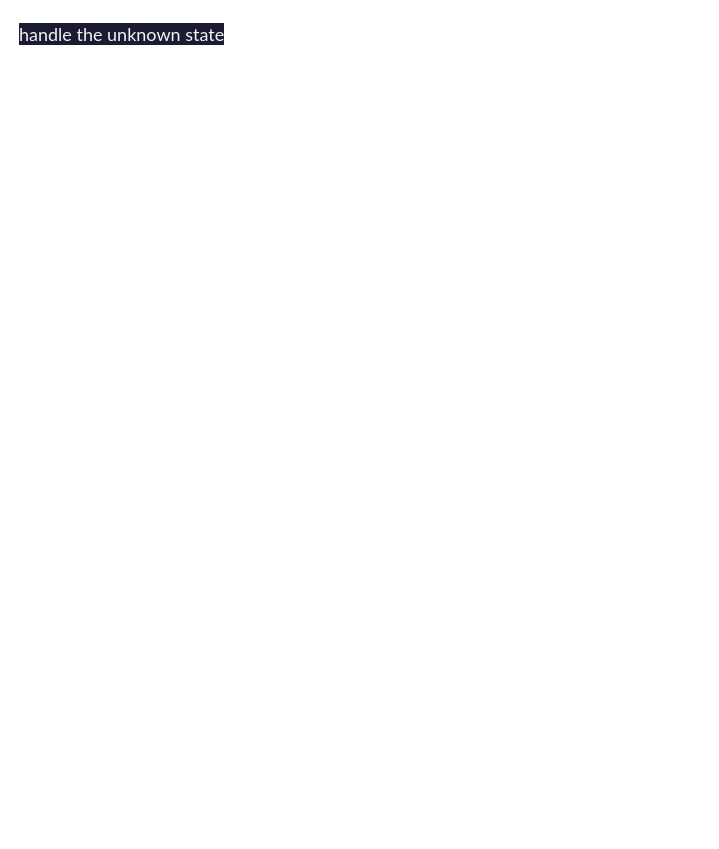
Earlier version of the draw.io diagram page "17 dynamic rendering" (26 of 27) of Diagram.drawio (f2xiao/learn-react). Source tidied: cells renumbered, new cells numbered last; positions are measured from the earlier drawing's top-left corner, leaving out a move shared by most shapes. Both pictures are drawn from the tidied source at 100%, with x=0, y=0 at pixel (17, 17).
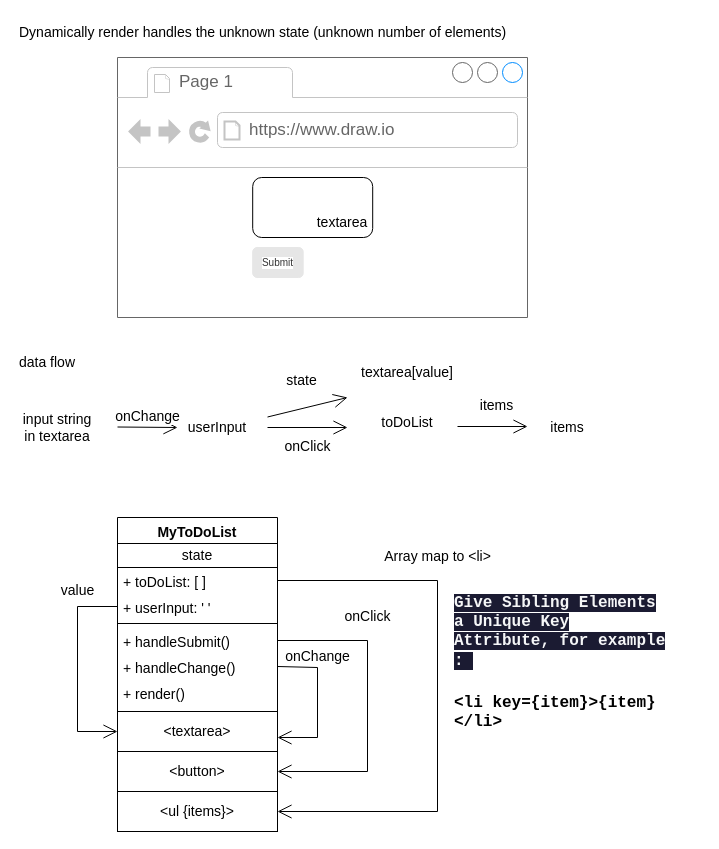
After the change.

Change to the diagram source:
```diff
@@
-    <mxCell id="2" value="&lt;span style=&quot;color: rgb(245, 246, 247); font-family: Lato, sans-serif; font-size: 18px; font-style: normal; font-variant-ligatures: normal; font-variant-caps: normal; font-weight: 400; letter-spacing: normal; orphans: 2; text-align: start; text-indent: 0px; text-transform: none; widows: 2; word-spacing: 0px; -webkit-text-stroke-width: 0px; background-color: rgb(27, 27, 50); text-decoration-thickness: initial; text-decoration-style: initial; text-decoration-color: initial; float: none; display: inline !important;&quot;&gt;handle the unknown state&lt;/span&gt;" style="text;whiteSpace=wrap;html=1;fontSize=14;fontColor=#000000;" parent="1" vertex="1">
-      <mxGeometry width="240" height="30" as="geometry" />
+    <mxCell id="2" value="&lt;span style=&quot;font-style: normal; font-variant-ligatures: normal; font-variant-caps: normal; letter-spacing: normal; orphans: 2; text-align: start; text-indent: 0px; text-transform: none; widows: 2; word-spacing: 0px; -webkit-text-stroke-width: 0px; text-decoration-thickness: initial; text-decoration-style: initial; text-decoration-color: initial; float: none; background-color: rgb(255, 255, 255); display: inline !important;&quot;&gt;&lt;font style=&quot;font-size: 14px;&quot;&gt;&lt;span style=&quot;text-align: center;&quot;&gt;Dynamically render&amp;nbsp;&lt;/span&gt;handles the unknown state (unknown number of elements)&lt;/font&gt;&lt;/span&gt;" style="text;whiteSpace=wrap;html=1;fontSize=14;fontColor=#000000;" parent="1" vertex="1">
+      <mxGeometry width="530" height="30" as="geometry" />
     </mxCell>
+    <mxCell id="3" value="data flow" style="text;html=1;strokeColor=none;fillColor=none;align=center;verticalAlign=middle;whiteSpace=wrap;rounded=0;labelBackgroundColor=#FFFFFF;fontFamily=Helvetica;fontSize=14;fontColor=#000000;" parent="1" vertex="1">
+      <mxGeometry y="330" width="60" height="30" as="geometry" />
+    </mxCell>
+    <mxCell id="4" value="input string in textarea" style="text;html=1;strokeColor=none;fillColor=none;align=center;verticalAlign=middle;whiteSpace=wrap;rounded=0;labelBackgroundColor=#FFFFFF;fontFamily=Helvetica;fontSize=14;fontColor=#000000;" parent="1" vertex="1">
+      <mxGeometry y="380" width="80" height="60" as="geometry" />
+    </mxCell>
+    <mxCell id="5" value="onChange" style="edgeStyle=none;html=1;endArrow=open;endSize=12;verticalAlign=bottom;rounded=0;fontFamily=Helvetica;fontSize=14;fontColor=#000000;" parent="1" edge="1">
+      <mxGeometry relative="1" as="geometry">
+        <mxPoint x="100" y="409.5" as="sourcePoint" />
+        <mxPoint x="160" y="410" as="targetPoint" />
+      </mxGeometry>
+    </mxCell>
+    <mxCell id="6" value="userInput" style="text;html=1;strokeColor=none;fillColor=none;align=center;verticalAlign=middle;whiteSpace=wrap;rounded=0;labelBackgroundColor=#FFFFFF;fontFamily=Helvetica;fontSize=14;fontColor=#000000;" parent="1" vertex="1">
+      <mxGeometry x="170" y="395" width="60" height="30" as="geometry" />
+    </mxCell>
+    <mxCell id="7" value="state" style="edgeStyle=none;html=1;endArrow=open;endSize=12;verticalAlign=bottom;rounded=0;fontFamily=Helvetica;fontSize=14;fontColor=#000000;" parent="1" edge="1">
+      <mxGeometry x="-0.06" y="17" relative="1" as="geometry">
+        <mxPoint x="250" y="399.5" as="sourcePoint" />
+        <mxPoint x="330" y="380" as="targetPoint" />
+      </mxGeometry>
+    </mxCell>
+    <mxCell id="8" value="textarea[value]" style="text;html=1;strokeColor=none;fillColor=none;align=center;verticalAlign=middle;whiteSpace=wrap;rounded=0;labelBackgroundColor=#FFFFFF;fontFamily=Helvetica;fontSize=14;fontColor=#000000;" parent="1" vertex="1">
+      <mxGeometry x="360" y="340" width="60" height="30" as="geometry" />
+    </mxCell>
+    <mxCell id="9" value="onClick" style="edgeStyle=none;html=1;endArrow=open;endSize=12;verticalAlign=bottom;rounded=0;fontFamily=Helvetica;fontSize=14;fontColor=#000000;" parent="1" edge="1">
+      <mxGeometry y="-30" relative="1" as="geometry">
+        <mxPoint x="250" y="410" as="sourcePoint" />
+        <mxPoint x="330" y="410" as="targetPoint" />
+      </mxGeometry>
+    </mxCell>
+    <mxCell id="10" value="toDoList" style="text;html=1;strokeColor=none;fillColor=none;align=center;verticalAlign=middle;whiteSpace=wrap;rounded=0;labelBackgroundColor=#FFFFFF;fontFamily=Helvetica;fontSize=14;fontColor=#000000;" parent="1" vertex="1">
+      <mxGeometry x="360" y="390" width="60" height="30" as="geometry" />
+    </mxCell>
+    <mxCell id="11" value="items" style="edgeStyle=none;html=1;endArrow=open;endSize=12;verticalAlign=bottom;rounded=0;fontFamily=Helvetica;fontSize=14;fontColor=#000000;" parent="1" edge="1">
+      <mxGeometry x="0.11" y="10" relative="1" as="geometry">
+        <mxPoint x="440" y="409" as="sourcePoint" />
+        <mxPoint x="510" y="409" as="targetPoint" />
+      </mxGeometry>
+    </mxCell>
+    <mxCell id="12" value="items" style="text;html=1;strokeColor=none;fillColor=none;align=center;verticalAlign=middle;whiteSpace=wrap;rounded=0;labelBackgroundColor=#FFFFFF;fontFamily=Helvetica;fontSize=14;fontColor=#000000;" parent="1" vertex="1">
+      <mxGeometry x="520" y="395" width="60" height="30" as="geometry" />
+    </mxCell>
+    <mxCell id="13" style="strokeWidth=1;shadow=0;dashed=0;align=center;html=1;shape=mxgraph.mockup.containers.browserWindow;rSize=0;strokeColor=#666666;strokeColor2=#008cff;strokeColor3=#c4c4c4;mainText=,;labelBackgroundColor=#FFFFFF;fontFamily=Helvetica;fontSize=14;fontColor=#000000;" parent="1" vertex="1">
+      <mxGeometry x="100" y="40" width="410" height="260" as="geometry" />
+    </mxCell>
+    <mxCell id="14" value="Page 1" style="strokeWidth=1;shadow=0;dashed=0;align=center;html=1;shape=mxgraph.mockup.containers.anchor;fontSize=17;fontColor=#666666;align=left;labelBackgroundColor=#FFFFFF;fontFamily=Helvetica;" parent="13" vertex="1">
+      <mxGeometry x="60" y="12" width="110" height="26" as="geometry" />
+    </mxCell>
+    <mxCell id="15" value="https://www.draw.io" style="strokeWidth=1;shadow=0;dashed=0;align=center;html=1;shape=mxgraph.mockup.containers.anchor;rSize=0;fontSize=17;fontColor=#666666;align=left;labelBackgroundColor=#FFFFFF;fontFamily=Helvetica;" parent="13" vertex="1">
+      <mxGeometry x="130" y="60" width="250" height="26" as="geometry" />
+    </mxCell>
+    <mxCell id="16" style="rounded=1;whiteSpace=wrap;html=1;labelBackgroundColor=#FFFFFF;fontFamily=Helvetica;fontSize=14;fontColor=#000000;" parent="13" vertex="1">
+      <mxGeometry x="135.2" y="120" width="120" height="60" as="geometry" />
+    </mxCell>
+    <mxCell id="17" value="textarea" style="text;html=1;strokeColor=none;fillColor=none;align=center;verticalAlign=middle;whiteSpace=wrap;rounded=0;labelBackgroundColor=#FFFFFF;fontFamily=Helvetica;fontSize=14;fontColor=#000000;" parent="13" vertex="1">
+      <mxGeometry x="195.2" y="150" width="60" height="30" as="geometry" />
+    </mxCell>
+    <mxCell id="18" value="Submit" style="rounded=1;html=1;shadow=0;dashed=0;whiteSpace=wrap;fontSize=10;fillColor=#E6E6E6;align=center;strokeColor=#E6E6E6;fontColor=#333333;labelBackgroundColor=#FFFFFF;fontFamily=Helvetica;" parent="13" vertex="1">
+      <mxGeometry x="135.2" y="190" width="50.5" height="30" as="geometry" />
+    </mxCell>
+    <mxCell id="19" value="MyToDoList" style="swimlane;fontStyle=1;align=center;verticalAlign=top;horizontal=1;startSize=26;labelBackgroundColor=#FFFFFF;fontFamily=Helvetica;fontSize=14;fontColor=#000000;" parent="1" vertex="1">
+      <mxGeometry x="100" y="500" width="160" height="314" as="geometry" />
+    </mxCell>
+    <mxCell id="20" value="state" style="rounded=0;whiteSpace=wrap;html=1;labelBackgroundColor=#FFFFFF;fontFamily=Helvetica;fontSize=14;fontColor=#000000;" parent="19" vertex="1">
+      <mxGeometry y="26" width="160" height="24" as="geometry" />
+    </mxCell>
+    <mxCell id="21" value="+ toDoList: [ ]" style="text;strokeColor=none;fillColor=none;align=left;verticalAlign=top;spacingLeft=4;spacingRight=4;overflow=hidden;points=[[0,0.5],[1,0.5]];portConstraint=eastwest;labelBackgroundColor=#FFFFFF;fontFamily=Helvetica;fontSize=14;fontColor=#000000;" parent="19" vertex="1">
+      <mxGeometry y="50" width="160" height="26" as="geometry" />
+    </mxCell>
+    <mxCell id="22" value="+ userInput: ' '" style="text;strokeColor=none;fillColor=none;align=left;verticalAlign=top;spacingLeft=4;spacingRight=4;overflow=hidden;points=[[0,0.5],[1,0.5]];portConstraint=eastwest;labelBackgroundColor=#FFFFFF;fontFamily=Helvetica;fontSize=14;fontColor=#000000;" parent="19" vertex="1">
+      <mxGeometry y="76" width="160" height="26" as="geometry" />
+    </mxCell>
+    <mxCell id="23" style="line;strokeWidth=1;fillColor=none;align=left;verticalAlign=middle;spacingTop=-1;spacingLeft=3;spacingRight=3;labelPosition=right;labelBackgroundColor=#FFFFFF;fontFamily=Helvetica;fontSize=14;fontColor=#000000;" parent="19" vertex="1">
+      <mxGeometry y="102" width="160" height="8" as="geometry" />
+    </mxCell>
+    <mxCell id="24" value="+ handleSubmit()&#10;" style="text;strokeColor=none;fillColor=none;align=left;verticalAlign=top;spacingLeft=4;spacingRight=4;overflow=hidden;points=[[0,0.5],[1,0.5]];portConstraint=eastwest;labelBackgroundColor=#FFFFFF;fontFamily=Helvetica;fontSize=14;fontColor=#000000;" parent="19" vertex="1">
+      <mxGeometry y="110" width="160" height="26" as="geometry" />
+    </mxCell>
+    <mxCell id="25" value="+ handleChange()&#10;" style="text;strokeColor=none;fillColor=none;align=left;verticalAlign=top;spacingLeft=4;spacingRight=4;overflow=hidden;points=[[0,0.5],[1,0.5]];portConstraint=eastwest;labelBackgroundColor=#FFFFFF;fontFamily=Helvetica;fontSize=14;fontColor=#000000;" parent="19" vertex="1">
+      <mxGeometry y="136" width="160" height="26" as="geometry" />
+    </mxCell>
+    <mxCell id="26" value="+ render()&#10;" style="text;strokeColor=none;fillColor=none;align=left;verticalAlign=top;spacingLeft=4;spacingRight=4;overflow=hidden;labelBackgroundColor=#FFFFFF;fontFamily=Helvetica;fontSize=14;fontColor=#000000;" parent="19" vertex="1">
+      <mxGeometry y="162" width="160" height="32" as="geometry" />
+    </mxCell>
+    <mxCell id="27" value="&amp;lt;textarea&amp;gt;" style="rounded=0;whiteSpace=wrap;html=1;labelBackgroundColor=#FFFFFF;fontFamily=Helvetica;fontSize=14;fontColor=#000000;" parent="19" vertex="1">
+      <mxGeometry y="194" width="160" height="40" as="geometry" />
+    </mxCell>
+    <mxCell id="28" value="&amp;lt;button&amp;gt;" style="rounded=0;whiteSpace=wrap;html=1;labelBackgroundColor=#FFFFFF;fontFamily=Helvetica;fontSize=14;fontColor=#000000;" parent="19" vertex="1">
+      <mxGeometry y="234" width="160" height="40" as="geometry" />
+    </mxCell>
+    <mxCell id="29" value="&amp;lt;ul {items}&amp;gt;" style="rounded=0;whiteSpace=wrap;html=1;labelBackgroundColor=#FFFFFF;fontFamily=Helvetica;fontSize=14;fontColor=#000000;" parent="19" vertex="1">
+      <mxGeometry y="274" width="160" height="40" as="geometry" />
+    </mxCell>
+    <mxCell id="30" value="value" style="edgeStyle=none;html=1;endArrow=open;endSize=12;verticalAlign=bottom;rounded=0;fontFamily=Helvetica;fontSize=14;fontColor=#000000;exitX=0;exitY=0.5;exitDx=0;exitDy=0;entryX=0;entryY=0.5;entryDx=0;entryDy=0;" parent="19" edge="1" source="22" target="27">
+      <mxGeometry x="-0.61" y="-5" relative="1" as="geometry">
+        <Array as="points">
+          <mxPoint x="-40" y="89" />
+          <mxPoint x="-40" y="214" />
+        </Array>
+        <mxPoint x="5" y="-5" as="offset" />
+      </mxGeometry>
+    </mxCell>
+    <mxCell id="31" value="onClick" style="edgeStyle=none;html=1;endArrow=open;endSize=12;verticalAlign=bottom;rounded=0;fontFamily=Helvetica;fontSize=14;fontColor=#000000;exitX=1;exitY=0.5;exitDx=0;exitDy=0;entryX=1;entryY=0.5;entryDx=0;entryDy=0;" parent="19" edge="1" source="24" target="28">
+      <mxGeometry x="-0.42" y="-13" relative="1" as="geometry">
+        <Array as="points">
+          <mxPoint x="250" y="123" />
+          <mxPoint x="250" y="254" />
+        </Array>
+        <mxPoint x="13" y="-13" as="offset" />
+      </mxGeometry>
+    </mxCell>
+    <mxCell id="32" value="Array map to &amp;lt;li&amp;gt;" style="edgeStyle=none;html=1;endArrow=open;endSize=12;verticalAlign=bottom;rounded=0;fontFamily=Helvetica;fontSize=14;fontColor=#000000;exitX=1;exitY=0.5;exitDx=0;exitDy=0;entryX=1;entryY=0.5;entryDx=0;entryDy=0;" parent="19" edge="1" source="21" target="29">
+      <mxGeometry x="-0.42" y="-13" relative="1" as="geometry">
+        <Array as="points">
+          <mxPoint x="320" y="63" />
+          <mxPoint x="320" y="294" />
+        </Array>
+        <mxPoint x="13" y="-13" as="offset" />
+      </mxGeometry>
+    </mxCell>
+    <mxCell id="33" value="onChange" style="edgeStyle=none;html=1;endArrow=open;endSize=12;verticalAlign=bottom;rounded=0;fontFamily=Helvetica;fontSize=14;fontColor=#000000;exitX=1;exitY=0.5;exitDx=0;exitDy=0;" parent="1" edge="1" source="25">
+      <mxGeometry x="-0.47" relative="1" as="geometry">
+        <mxPoint x="260" y="720" as="targetPoint" />
+        <Array as="points">
+          <mxPoint x="300" y="650" />
+          <mxPoint x="300" y="720" />
+        </Array>
+      </mxGeometry>
+    </mxCell>
+    <mxCell id="34" value="&lt;span style=&quot;color: rgb(245, 246, 247); font-family: &amp;quot;Roboto Mono&amp;quot;, monospace; font-size: 16px; font-style: normal; font-variant-ligatures: normal; font-variant-caps: normal; font-weight: 700; letter-spacing: normal; orphans: 2; text-align: center; text-indent: 0px; text-transform: none; widows: 2; word-spacing: 0px; -webkit-text-stroke-width: 0px; background-color: rgb(27, 27, 50); text-decoration-thickness: initial; text-decoration-style: initial; text-decoration-color: initial; float: none; display: inline !important;&quot;&gt;Give Sibling Elements a Unique Key Attribute, for example :&amp;nbsp;&lt;/span&gt;" style="text;whiteSpace=wrap;html=1;fontSize=14;fontFamily=Helvetica;fontColor=#000000;" parent="1" vertex="1">
+      <mxGeometry x="435" y="570" width="220" height="70" as="geometry" />
+    </mxCell>
+    <mxCell id="35" value="&lt;span style=&quot;color: rgb(0, 0, 0); font-family: &amp;quot;Roboto Mono&amp;quot;, monospace; font-size: 16px; font-style: normal; font-variant-ligatures: normal; font-variant-caps: normal; font-weight: 700; letter-spacing: normal; orphans: 2; text-align: center; text-indent: 0px; text-transform: none; widows: 2; word-spacing: 0px; -webkit-text-stroke-width: 0px; background-color: rgb(255, 255, 255); text-decoration-thickness: initial; text-decoration-style: initial; text-decoration-color: initial; float: none; display: inline !important;&quot;&gt;&amp;lt;li key={item}&amp;gt;{item}&amp;lt;/li&amp;gt;&lt;/span&gt;" style="text;whiteSpace=wrap;html=1;fontSize=14;fontFamily=Helvetica;fontColor=#000000;" parent="1" vertex="1">
+      <mxGeometry x="435" y="670" width="250" height="30" as="geometry" />
+    </mxCell>
```
